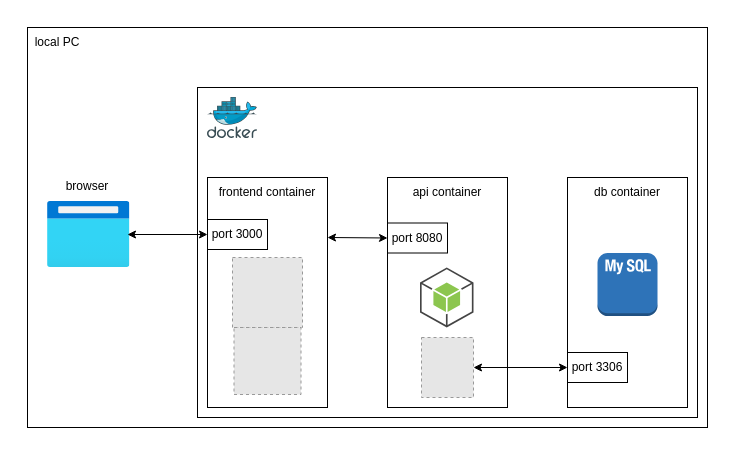
This is dev_env.drawio from kunidesuyo/valomemo, a draw.io file, before an edit. Source tidied: cells renumbered, new cells numbered last; positions are measured from the earlier drawing's top-left corner, leaving out a move shared by most shapes. Both pictures are drawn from the tidied source at 100%, with x=0, y=0 at pixel (27, 27). Pictures stored in the file or linked from it are replaced by grey dashed boxes.
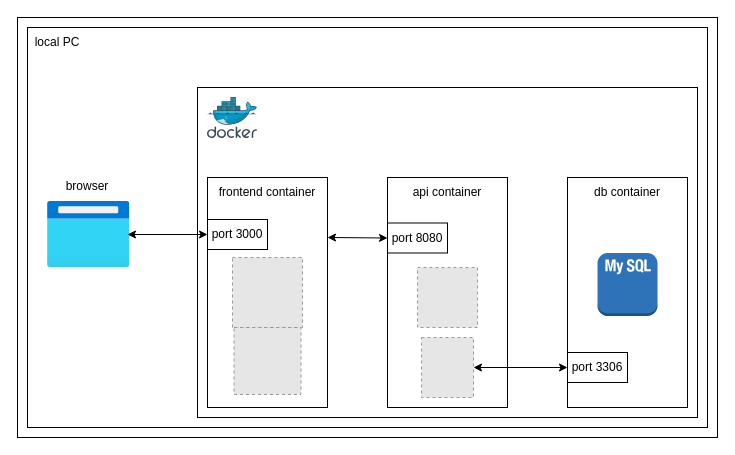
Above is the later version.

Commit message:
dev_env.drawio を更新します

Diff of the diagram source:
```diff
@@
+    <mxCell id="25" style="rounded=0;whiteSpace=wrap;html=1;" parent="1" vertex="1">
+      <mxGeometry x="-10" y="-10" width="700" height="420" as="geometry" />
+    </mxCell>
@@
-    <mxCell id="9" style="dashed=0;verticalLabelPosition=bottom;verticalAlign=top;align=center;html=1;shape=mxgraph.aws3.android;fillColor=#8CC64F;gradientColor=none;" parent="1" vertex="1">
-      <mxGeometry x="392.5" y="240" width="53.5" height="60" as="geometry" />
-    </mxCell>
@@
+    <mxCell id="26" style="fillColor=#E6E6E6;strokeColor=#999999;dashed=1;html=1;verticalAlign=top;verticalLabelPosition=bottom;labelBackgroundColor=#ffffff;" parent="1" vertex="1">
+      <mxGeometry x="390" y="240" width="60" height="60" as="geometry" />
+    </mxCell>
```
